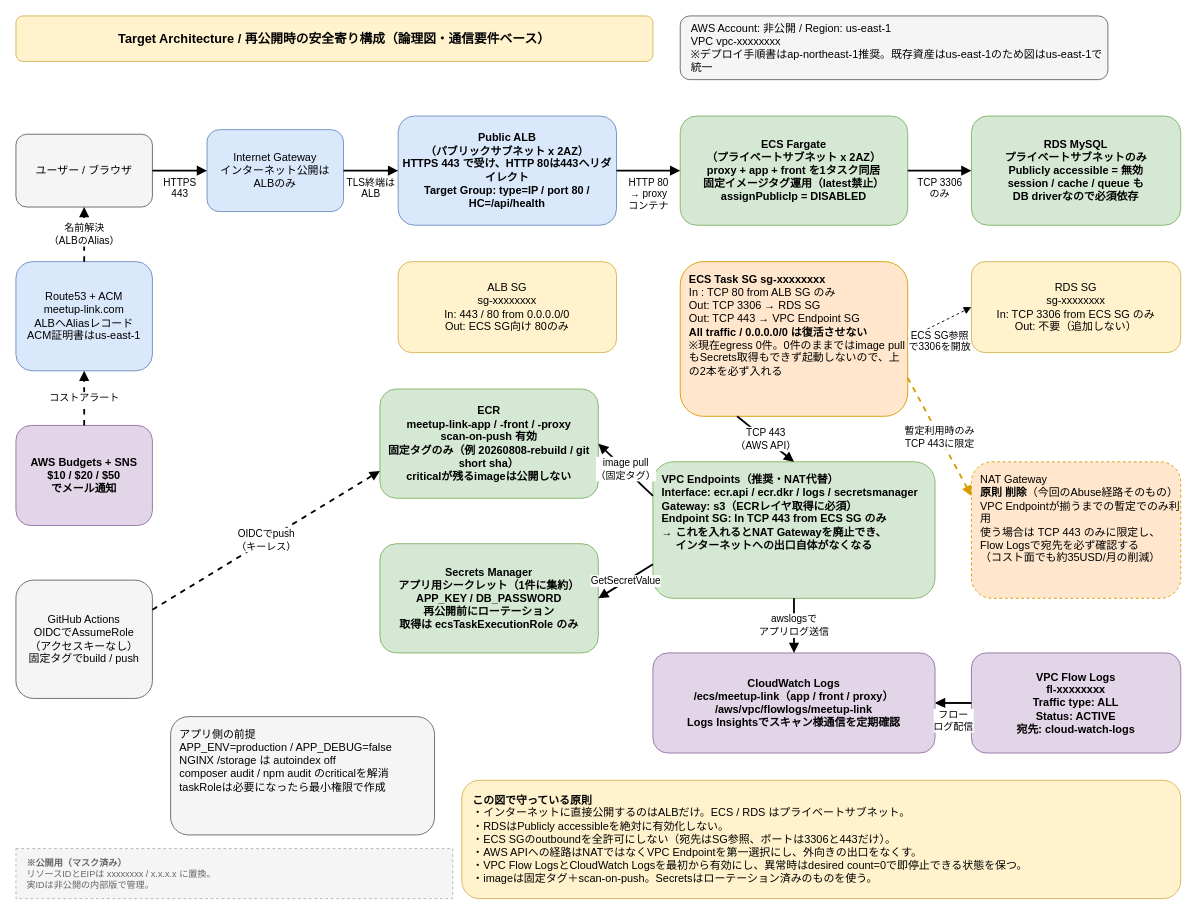
kai-phoenix/meetup_link keeps this draw.io diagram as page "2 再公開構成（論理）" (2 of 4) of doc/meetup-link-aws-diagrams.drawio. Above is the earlier version. Source tidied: cells renumbered, new cells numbered last; positions are measured from the earlier drawing's top-left corner, leaving out a move shared by most shapes. Both pictures are drawn from the tidied source at 91%, with x=0, y=0 at pixel (15, 15).
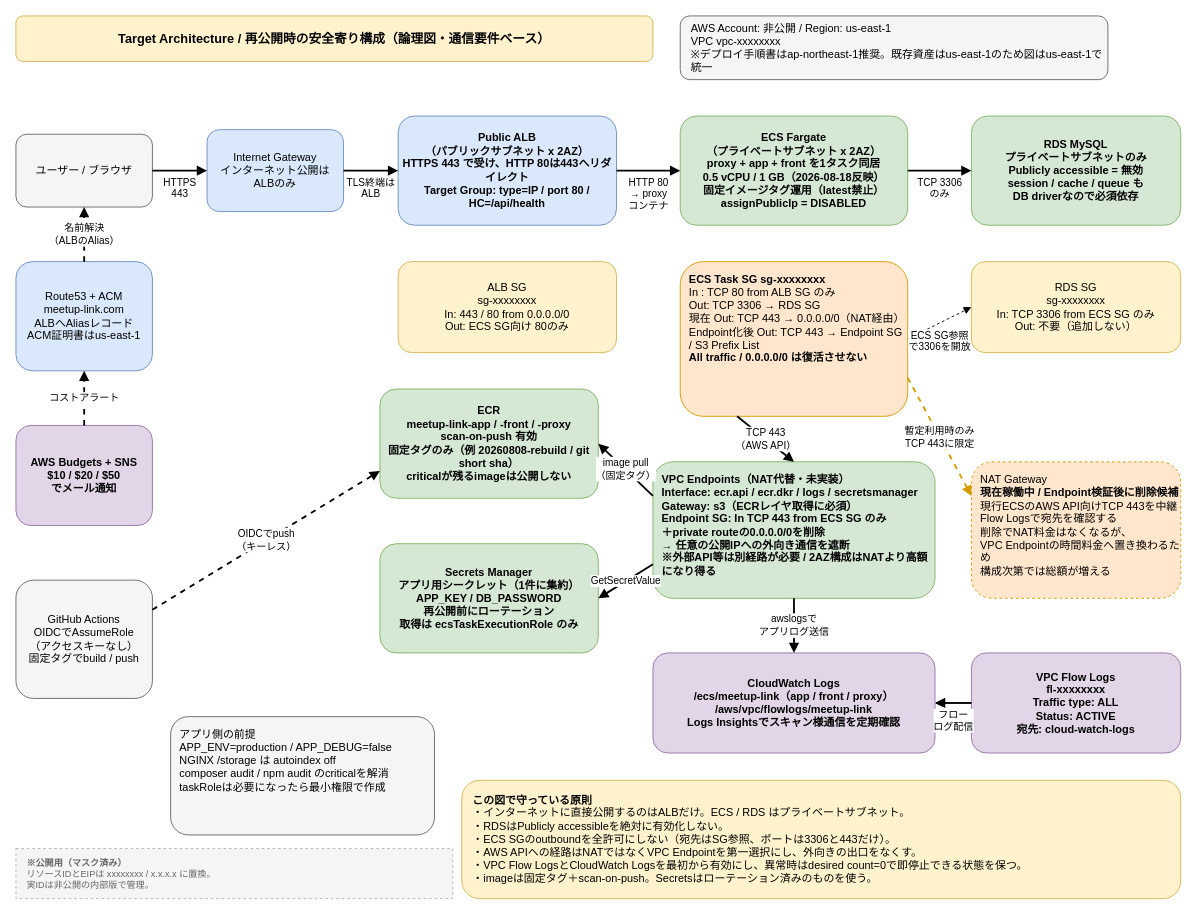
The same page after the edit.

The edit, as a diff of the source:
```diff
@@
-    <mxCell id="10" value="ECS Fargate&lt;br&gt;（プライベートサブネット x 2AZ）&lt;br&gt;proxy + app + front を1タスク同居&lt;br&gt;固定イメージタグ運用（latest禁止）&lt;br&gt;assignPublicIp = DISABLED" style="rounded=1;whiteSpace=wrap;html=1;fillColor=#D5E8D4;strokeColor=#82B366;fontStyle=1;" parent="1" vertex="1">
+    <mxCell id="10" value="ECS Fargate&lt;br&gt;（プライベートサブネット x 2AZ）&lt;br&gt;proxy + app + front を1タスク同居&lt;br&gt;0.5 vCPU / 1 GB（2026-08-18反映）&lt;br&gt;固定イメージタグ運用（latest禁止）&lt;br&gt;assignPublicIp = DISABLED" style="rounded=1;whiteSpace=wrap;html=1;fillColor=#D5E8D4;strokeColor=#82B366;fontStyle=1;" parent="1" vertex="1">
       <mxGeometry x="730" y="110" width="250" height="120" as="geometry" />
     </mxCell>
@@
-    <mxCell id="13" value="&lt;b&gt;ECS Task SG sg-xxxxxxxx&lt;/b&gt;&lt;br&gt;In : TCP 80 from ALB SG のみ&lt;br&gt;Out: TCP 3306 → RDS SG&lt;br&gt;Out: TCP 443 → VPC Endpoint SG&lt;br&gt;&lt;b&gt;All traffic / 0.0.0.0/0 は復活させない&lt;/b&gt;&lt;br&gt;※現在egress 0件。0件のままではimage pullもSecrets取得もできず起動しないので、上の2本を必ず入れる" style="rounded=1;whiteSpace=wrap;html=1;fillColor=#FFE6CC;strokeColor=#D79B00;align=left;spacingLeft=8;verticalAlign=top;spacingTop=6;" parent="1" vertex="1">
+    <mxCell id="13" value="&lt;b&gt;ECS Task SG sg-xxxxxxxx&lt;/b&gt;&lt;br&gt;In : TCP 80 from ALB SG のみ&lt;br&gt;Out: TCP 3306 → RDS SG&lt;br&gt;現在 Out: TCP 443 → 0.0.0.0/0（NAT経由）&lt;br&gt;Endpoint化後 Out: TCP 443 → Endpoint SG / S3 Prefix List&lt;br&gt;&lt;b&gt;All traffic / 0.0.0.0/0 は復活させない&lt;/b&gt;" style="rounded=1;whiteSpace=wrap;html=1;fillColor=#FFE6CC;strokeColor=#D79B00;align=left;spacingLeft=8;verticalAlign=top;spacingTop=6;" parent="1" vertex="1">
       <mxGeometry x="730" y="270" width="250" height="170" as="geometry" />
     </mxCell>
@@
-    <mxCell id="15" value="VPC Endpoints（推奨・NAT代替）&lt;br&gt;Interface: ecr.api / ecr.dkr / logs / secretsmanager&lt;br&gt;Gateway: s3（ECRレイヤ取得に必須）&lt;br&gt;Endpoint SG: In TCP 443 from ECS SG のみ&lt;br&gt;→ これを入れるとNAT Gatewayを廃止でき、&lt;br&gt;　 インターネットへの出口自体がなくなる" style="rounded=1;whiteSpace=wrap;html=1;fillColor=#D5E8D4;strokeColor=#82B366;align=left;spacingLeft=8;verticalAlign=top;spacingTop=6;fontStyle=1;" parent="1" vertex="1">
+    <mxCell id="15" value="VPC Endpoints（NAT代替・未実装）&lt;br&gt;Interface: ecr.api / ecr.dkr / logs / secretsmanager&lt;br&gt;Gateway: s3（ECRレイヤ取得に必須）&lt;br&gt;Endpoint SG: In TCP 443 from ECS SG のみ&lt;br&gt;＋private routeの0.0.0.0/0を削除&lt;br&gt;→ 任意の公開IPへの外向き通信を遮断&lt;br&gt;※外部API等は別経路が必要 / 2AZ構成はNATより高額になり得る" style="rounded=1;whiteSpace=wrap;html=1;fillColor=#D5E8D4;strokeColor=#82B366;align=left;spacingLeft=8;verticalAlign=top;spacingTop=6;fontStyle=1;" parent="1" vertex="1">
       <mxGeometry x="700" y="490" width="310" height="150" as="geometry" />
     </mxCell>
-    <mxCell id="16" value="NAT Gateway&lt;br&gt;&lt;b&gt;原則 削除&lt;/b&gt;（今回のAbuse経路そのもの）&lt;br&gt;VPC Endpointが揃うまでの暫定でのみ利用&lt;br&gt;使う場合は TCP 443 のみに限定し、&lt;br&gt;Flow Logsで宛先を必ず確認する&lt;br&gt;（コスト面でも約35USD/月の削減）" style="rounded=1;whiteSpace=wrap;html=1;fillColor=#FFE6CC;strokeColor=#D79B00;align=left;spacingLeft=8;verticalAlign=top;spacingTop=6;dashed=1;" parent="1" vertex="1">
+    <mxCell id="16" value="NAT Gateway&lt;br&gt;&lt;b&gt;現在稼働中 / Endpoint検証後に削除候補&lt;/b&gt;&lt;br&gt;現行ECSのAWS API向けTCP 443を中継&lt;br&gt;Flow Logsで宛先を確認する&lt;br&gt;削除でNAT料金はなくなるが、&lt;br&gt;VPC Endpointの時間料金へ置き換わるため&lt;br&gt;構成次第では総額が増える" style="rounded=1;whiteSpace=wrap;html=1;fillColor=#FFE6CC;strokeColor=#D79B00;align=left;spacingLeft=8;verticalAlign=top;spacingTop=6;dashed=1;" parent="1" vertex="1">
       <mxGeometry x="1050" y="490" width="230" height="150" as="geometry" />
     </mxCell>
```
